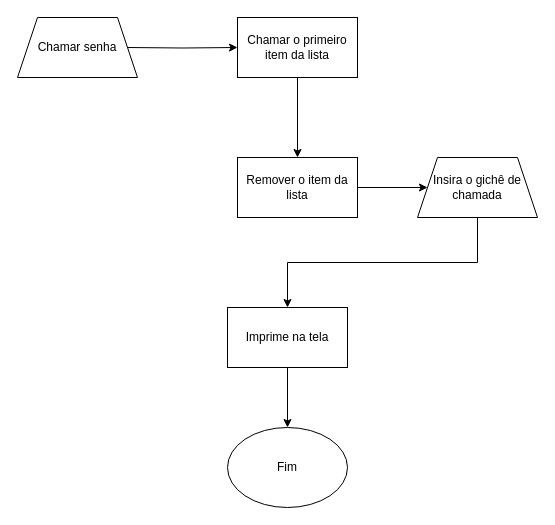
The draw.io diagram page "Chamar" (3 of 5) of documentation/fluxo.drawio in ssdaniel96/facul-estrutura_de_dados-proj_fila, before the edit. Source tidied: cells renumbered, new cells numbered last; positions are measured from the earlier drawing's top-left corner, leaving out a move shared by most shapes. Both pictures are drawn from the tidied source at 100%, with x=0, y=0 at pixel (17, 17).
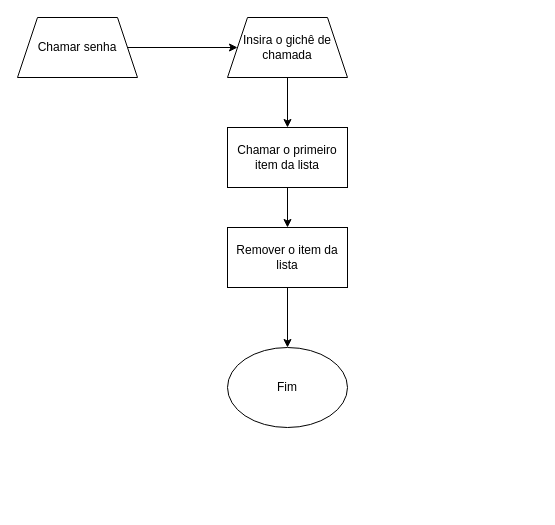
The same diagram, later.

Change to the diagram source:
```diff
@@
 <mxGraphModel>
   <root>
     <mxCell id="0" />
     <mxCell id="1" parent="0" />
+    <mxCell id="13" style="edgeStyle=orthogonalEdgeStyle;rounded=0;jettySize=auto;html=1;" parent="1" edge="1" source="5" target="11">
+      <mxGeometry relative="1" as="geometry" />
+    </mxCell>
+    <mxCell id="5" value="Remover o item da lista" style="whiteSpace=wrap;html=1;" parent="1" vertex="1">
+      <mxGeometry x="210" y="210" width="120" height="60" as="geometry" />
+    </mxCell>
+    <mxCell id="11" value="Fim" style="ellipse;whiteSpace=wrap;html=1;" parent="1" vertex="1">
+      <mxGeometry x="210" y="330" width="120" height="80" as="geometry" />
+    </mxCell>
+    <mxCell id="14" style="edgeStyle=orthogonalEdgeStyle;rounded=0;jettySize=auto;html=1;" parent="1" edge="1" source="12" target="8">
+      <mxGeometry relative="1" as="geometry" />
+    </mxCell>
+    <mxCell id="12" value="Chamar senha" style="shape=trapezoid;perimeter=trapezoidPerimeter;whiteSpace=wrap;html=1;fixedSize=1;" parent="1" vertex="1">
+      <mxGeometry width="120" height="60" as="geometry" />
+    </mxCell>
     <mxCell id="2" style="edgeStyle=orthogonalEdgeStyle;rounded=0;jettySize=auto;html=1;" parent="1" edge="1" source="3" target="5">
       <mxGeometry relative="1" as="geometry" />
     </mxCell>
     <mxCell id="3" value="Chamar o primeiro item da lista" style="whiteSpace=wrap;html=1;" parent="1" vertex="1">
-      <mxGeometry x="220" width="120" height="60" as="geometry" />
+      <mxGeometry x="210" y="110" width="120" height="60" as="geometry" />
     </mxCell>
-    <mxCell id="4" style="edgeStyle=orthogonalEdgeStyle;rounded=0;jettySize=auto;html=1;exitX=1;exitY=0.5;exitDx=0;exitDy=0;entryX=0;entryY=0.5;entryDx=0;entryDy=0;" parent="1" edge="1" source="5" target="8">
-      <mxGeometry relative="1" as="geometry" />
-    </mxCell>
-    <mxCell id="5" value="Remover o item da lista" style="whiteSpace=wrap;html=1;" parent="1" vertex="1">
-      <mxGeometry x="220" y="140" width="120" height="60" as="geometry" />
-    </mxCell>
-    <mxCell id="6" style="edgeStyle=orthogonalEdgeStyle;rounded=0;jettySize=auto;html=1;" parent="1" edge="1" target="3">
-      <mxGeometry relative="1" as="geometry">
-        <mxPoint x="110" y="30" as="sourcePoint" />
-      </mxGeometry>
-    </mxCell>
-    <mxCell id="7" style="edgeStyle=orthogonalEdgeStyle;rounded=0;jettySize=auto;html=1;exitX=0.5;exitY=1;exitDx=0;exitDy=0;entryX=0.5;entryY=0;entryDx=0;entryDy=0;" parent="1" edge="1" source="8" target="10">
-      <mxGeometry relative="1" as="geometry" />
-    </mxCell>
+    <mxCell id="15" style="edgeStyle=orthogonalEdgeStyle;rounded=0;jettySize=auto;html=1;" parent="1" edge="1" source="8" target="3">
+      <mxGeometry relative="1" as="geometry" />
+    </mxCell>
     <mxCell id="8" value="Insira o gichê de chamada" style="shape=trapezoid;perimeter=trapezoidPerimeter;whiteSpace=wrap;html=1;fixedSize=1;" parent="1" vertex="1">
-      <mxGeometry x="400" y="140" width="120" height="60" as="geometry" />
+      <mxGeometry x="210" width="120" height="60" as="geometry" />
     </mxCell>
-    <mxCell id="9" style="edgeStyle=orthogonalEdgeStyle;rounded=0;jettySize=auto;html=1;" parent="1" edge="1" source="10" target="11">
-      <mxGeometry relative="1" as="geometry" />
-    </mxCell>
-    <mxCell id="10" value="Imprime na tela" style="whiteSpace=wrap;html=1;" parent="1" vertex="1">
-      <mxGeometry x="210" y="290" width="120" height="60" as="geometry" />
-    </mxCell>
-    <mxCell id="11" value="Fim" style="ellipse;whiteSpace=wrap;html=1;" parent="1" vertex="1">
-      <mxGeometry x="210" y="410" width="120" height="80" as="geometry" />
-    </mxCell>
-    <mxCell id="12" value="Chamar senha" style="shape=trapezoid;perimeter=trapezoidPerimeter;whiteSpace=wrap;html=1;fixedSize=1;" parent="1" vertex="1">
-      <mxGeometry width="120" height="60" as="geometry" />
-    </mxCell>
   </root>
 </mxGraphModel>
```
